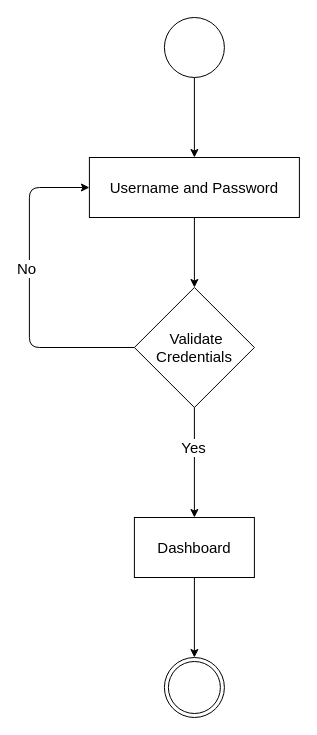
Above: diagrams/Activity Login.drawio in httpshahan/Pakistan-Stock-Exchange-Simulator (draw.io), before the change. Source tidied: cells renumbered, new cells numbered last; positions are measured from the earlier drawing's top-left corner, leaving out a move shared by most shapes. Both pictures are drawn from the tidied source at 100%, with x=0, y=0 at pixel (29, 17).
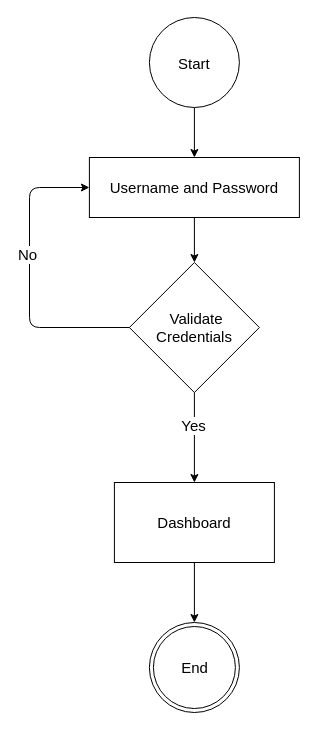
The same page after the edit.

What changed in the source:
```diff
@@
 <mxGraphModel>
   <root>
     <mxCell id="0" />
     <mxCell id="1" parent="0" />
     <mxCell id="2" style="edgeStyle=none;html=1;fontSize=15;" parent="1" edge="1" source="3" target="5">
       <mxGeometry relative="1" as="geometry" />
     </mxCell>
-    <mxCell id="3" style="ellipse;fontSize=15;" parent="1" vertex="1">
-      <mxGeometry x="134.9" width="60" height="60" as="geometry" />
+    <mxCell id="3" value="Start" style="ellipse;fontSize=15;" parent="1" vertex="1">
+      <mxGeometry x="119.9" width="90" height="90" as="geometry" />
     </mxCell>
     <mxCell id="4" style="edgeStyle=none;html=1;fontSize=15;" parent="1" edge="1" source="5" target="10">
       <mxGeometry relative="1" as="geometry" />
     </mxCell>
     <mxCell id="5" value="Username and Password" style="whiteSpace=wrap;html=1;fillColor=none;fontSize=15;align=center;" parent="1" vertex="1">
       <mxGeometry x="59.9" y="140" width="210" height="60" as="geometry" />
     </mxCell>
     <mxCell id="6" style="edgeStyle=orthogonalEdgeStyle;html=1;exitX=0;exitY=0.5;exitDx=0;exitDy=0;fontSize=15;entryX=0;entryY=0.5;entryDx=0;entryDy=0;" parent="1" edge="1" source="10" target="5">
       <mxGeometry relative="1" as="geometry">
         <Array as="points">
-          <mxPoint x="-0.1" y="330" />
-          <mxPoint x="-0.1" y="170" />
+          <mxPoint y="310" />
+          <mxPoint y="170" />
         </Array>
       </mxGeometry>
     </mxCell>
     <mxCell id="7" value="No" style="edgeLabel;html=1;align=center;verticalAlign=middle;fontSize=15;" parent="6" vertex="1">
       <mxGeometry x="-0.02" y="3" relative="1" as="geometry">
         <mxPoint y="-26" as="offset" />
       </mxGeometry>
     </mxCell>
     <mxCell id="8" style="edgeStyle=orthogonalEdgeStyle;html=1;fontSize=15;" parent="1" edge="1" source="10" target="12">
       <mxGeometry relative="1" as="geometry" />
     </mxCell>
     <mxCell id="9" value="Yes" style="edgeLabel;html=1;align=center;verticalAlign=middle;fontSize=15;" parent="8" vertex="1">
       <mxGeometry x="-0.29" y="-1" relative="1" as="geometry" />
     </mxCell>
     <mxCell id="10" value="&amp;nbsp;Validate Credentials" style="rhombus;whiteSpace=wrap;html=1;fontSize=15;fillColor=none;" parent="1" vertex="1">
-      <mxGeometry x="104.9" y="270" width="120" height="120" as="geometry" />
+      <mxGeometry x="99.9" y="245" width="130" height="130" as="geometry" />
     </mxCell>
     <mxCell id="11" style="edgeStyle=orthogonalEdgeStyle;html=1;fontSize=15;" parent="1" edge="1" source="12" target="13">
       <mxGeometry relative="1" as="geometry" />
     </mxCell>
     <mxCell id="12" value="Dashboard" style="whiteSpace=wrap;html=1;fontSize=15;fillColor=none;" parent="1" vertex="1">
-      <mxGeometry x="104.9" y="500" width="120" height="60" as="geometry" />
+      <mxGeometry x="84.9" y="465" width="160" height="80" as="geometry" />
     </mxCell>
-    <mxCell id="13" style="ellipse;html=1;shape=endState;fontSize=15;" parent="1" vertex="1">
-      <mxGeometry x="134.9" y="640" width="60" height="60" as="geometry" />
+    <mxCell id="13" value="End" style="ellipse;html=1;shape=endState;fontSize=15;" parent="1" vertex="1">
+      <mxGeometry x="119.9" y="605" width="90" height="90" as="geometry" />
     </mxCell>
   </root>
 </mxGraphModel>
```
